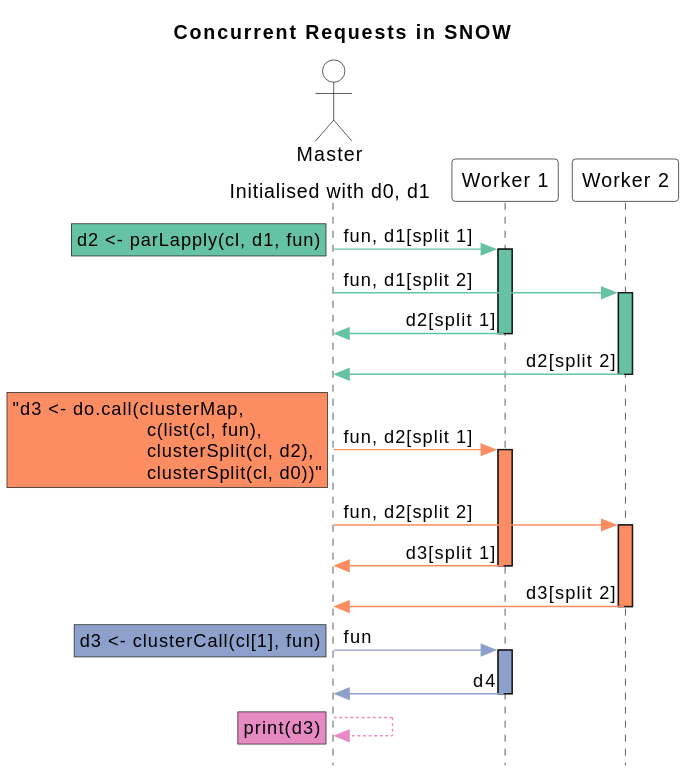
The PlantUML diagram research/snowseq.svg in jcai849/jcai849.github.io, before a commit. Its diagram source:
```plantuml
@startuml
skinparam style strictuml
skinparam sequenceMessageAlign direction

title Concurrent Requests in SNOW

actor "Master\n----\nInitialised with d0, d1" as m #white
participant "Worker 1" as w1 #white
participant "Worker 2" as w2 #white

m -[#66c2a5]> w1: fun, d1[split 1]
rnote left #66c2a5: d2 <- parLapply(cl, d1, fun)
activate w1 #66c2a5
m -[#66c2a5]> w2: fun, d1[split 2]
activate w2 #66c2a5
w1 -[#66c2a5]> m: d2[split 1]
deactivate w1
w2 -[#66c2a5]> m: d2[split 2]
deactivate w2

m -[#fc8d62]> w1: fun, d2[split 1]
rnote left #fc8d62: "d3 <- do.call(clusterMap,\n\t\t\tc(list(cl, fun),\n\t\t\tclusterSplit(cl, d2),\n\t\t\tclusterSplit(cl, d0))"
activate w1 #fc8d62
m -[#fc8d62]> w2: fun, d2[split 2]
activate w2 #fc8d62
w1 -[#fc8d62]> m: d3[split 1]
deactivate w1
w2 -[#fc8d62]> m: d3[split 2]
deactivate w2

m -[#8da0cb]> w1: fun
rnote left #8da0cb: d3 <- clusterCall(cl[1], fun)
activate w1 #8da0cb
w1 -[#8da0cb]> m: d4
deactivate w1

m --[#e78ac3]> m
rnote left #e78ac3: print(d3)

@enduml
```
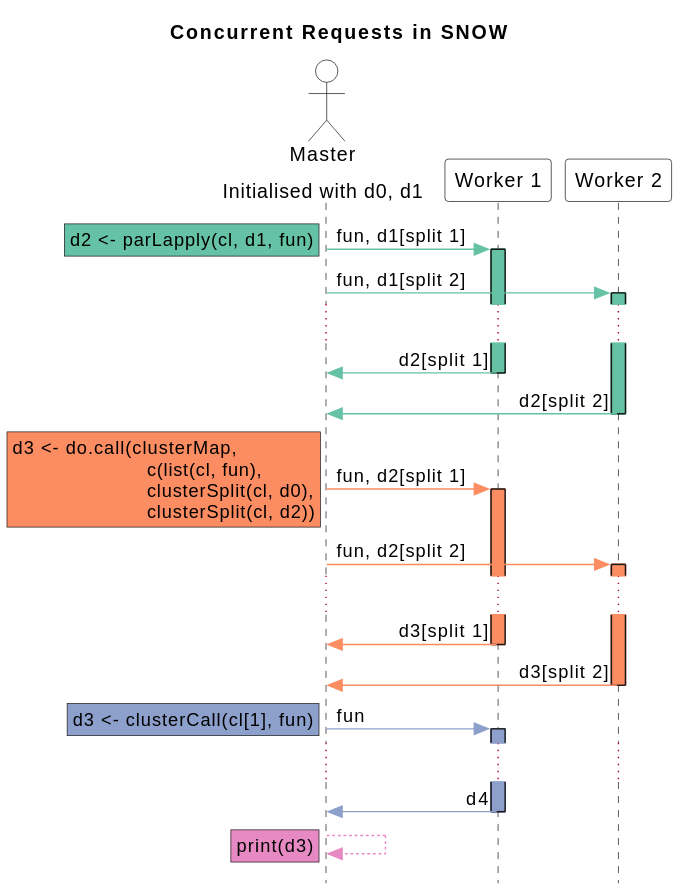
The same file after the commit.

What changed in the source:
```diff
@@ -13,16 +13,18 @@
 activate w1 #66c2a5
 m -[#66c2a5]> w2: fun, d1[split 2]
 activate w2 #66c2a5
+...
 w1 -[#66c2a5]> m: d2[split 1]
 deactivate w1
 w2 -[#66c2a5]> m: d2[split 2]
 deactivate w2
 
 m -[#fc8d62]> w1: fun, d2[split 1]
-rnote left #fc8d62: "d3 <- do.call(clusterMap,\n\t\t\tc(list(cl, fun),\n\t\t\tclusterSplit(cl, d2),\n\t\t\tclusterSplit(cl, d0))"
+rnote left #fc8d62: d3 <- do.call(clusterMap,\n\t\t\tc(list(cl, fun),\n\t\t\tclusterSplit(cl, d0),\n\t\t\tclusterSplit(cl, d2))
 activate w1 #fc8d62
 m -[#fc8d62]> w2: fun, d2[split 2]
 activate w2 #fc8d62
+...
 w1 -[#fc8d62]> m: d3[split 1]
 deactivate w1
 w2 -[#fc8d62]> m: d3[split 2]
@@ -31,6 +33,7 @@
 m -[#8da0cb]> w1: fun
 rnote left #8da0cb: d3 <- clusterCall(cl[1], fun)
 activate w1 #8da0cb
+...
 w1 -[#8da0cb]> m: d4
 deactivate w1
 
```
